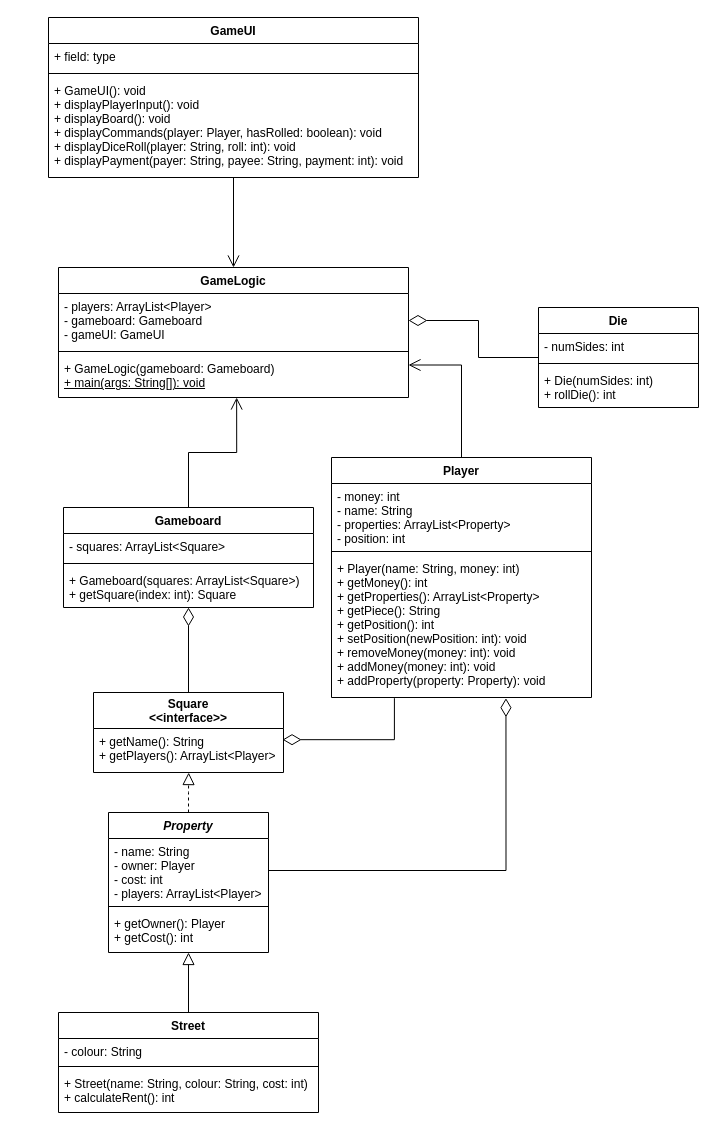
Above: Monopoly_UML.drawio in YashKapoor1102/Monopoly (draw.io), before the change. Source tidied: cells renumbered, new cells numbered last; positions are measured from the earlier drawing's top-left corner, leaving out a move shared by most shapes. Both pictures are drawn from the tidied source at 100%, with x=0, y=0 at pixel (48, 17).
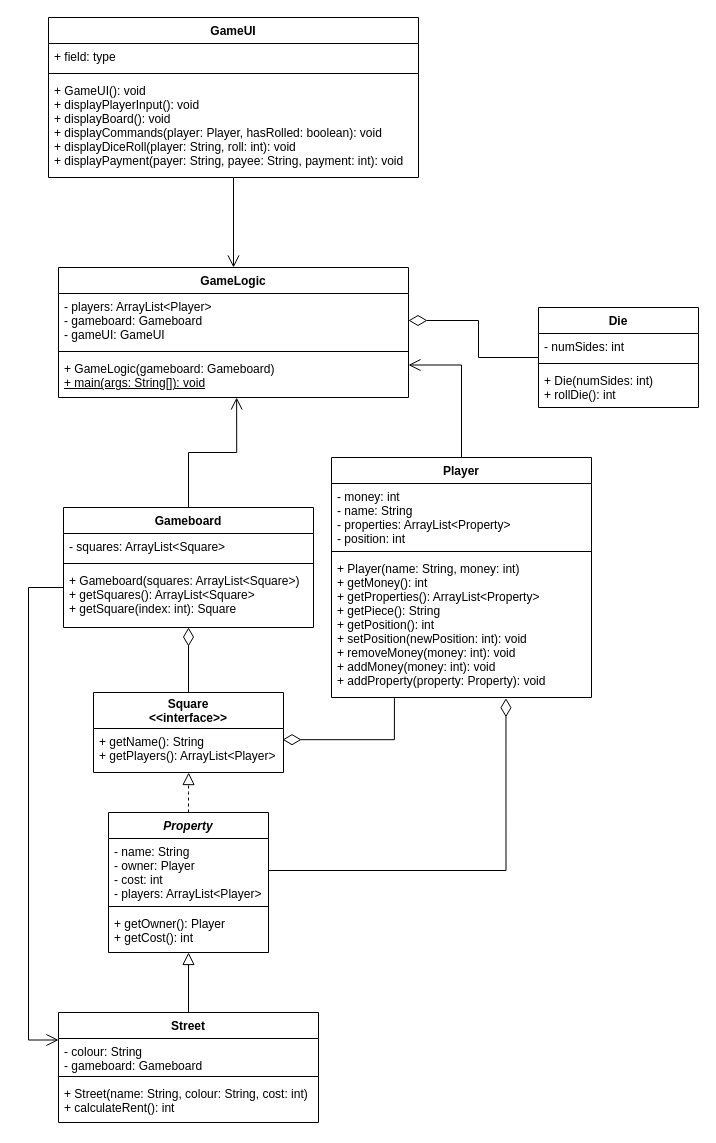
The same page after the edit.

What changed in the source:
```diff
@@
     <mxCell id="3" value="Gameboard" style="swimlane;fontStyle=1;align=center;verticalAlign=top;horizontal=1;startSize=26;" parent="1" vertex="1">
-      <mxGeometry x="15" y="490" width="250" height="100" as="geometry" />
+      <mxGeometry x="15" y="490" width="250" height="120" as="geometry" />
     </mxCell>
@@
-    <mxCell id="6" value="+ Gameboard(squares: ArrayList&lt;Square&gt;)&#10;+ getSquare(index: int): Square&#10;" style="text;strokeColor=none;fillColor=none;align=left;verticalAlign=top;spacingLeft=4;spacingRight=4;overflow=hidden;points=[[0,0.5],[1,0.5]];portConstraint=eastwest;" parent="3" vertex="1">
-      <mxGeometry y="60" width="250" height="40" as="geometry" />
+    <mxCell id="6" value="+ Gameboard(squares: ArrayList&lt;Square&gt;)&#10;+ getSquares(): ArrayList&lt;Square&gt;&#10;+ getSquare(index: int): Square&#10;" style="text;strokeColor=none;fillColor=none;align=left;verticalAlign=top;spacingLeft=4;spacingRight=4;overflow=hidden;points=[[0,0.5],[1,0.5]];portConstraint=eastwest;" parent="3" vertex="1">
+      <mxGeometry y="60" width="250" height="60" as="geometry" />
     </mxCell>
@@
     <mxCell id="18" value="Street" style="swimlane;fontStyle=1;align=center;verticalAlign=top;horizontal=1;startSize=26;" parent="1" vertex="1">
-      <mxGeometry x="10" y="995" width="260" height="100" as="geometry" />
+      <mxGeometry x="10" y="995" width="260" height="110" as="geometry" />
     </mxCell>
-    <mxCell id="19" value="- colour: String" style="text;strokeColor=none;fillColor=none;align=left;verticalAlign=top;spacingLeft=4;spacingRight=4;overflow=hidden;" parent="18" vertex="1">
-      <mxGeometry y="26" width="260" height="24" as="geometry" />
+    <mxCell id="19" value="- colour: String&#10;- gameboard: Gameboard" style="text;strokeColor=none;fillColor=none;align=left;verticalAlign=top;spacingLeft=4;spacingRight=4;overflow=hidden;" parent="18" vertex="1">
+      <mxGeometry y="26" width="260" height="34" as="geometry" />
     </mxCell>
     <mxCell id="20" style="line;strokeWidth=1;fillColor=none;align=left;verticalAlign=middle;spacingTop=-1;spacingLeft=3;spacingRight=3;labelPosition=right;" parent="18" vertex="1">
-      <mxGeometry y="50" width="260" height="8" as="geometry" />
+      <mxGeometry y="60" width="260" height="8" as="geometry" />
     </mxCell>
     <mxCell id="21" value="+ Street(name: String, colour: String, cost: int)&#10;+ calculateRent(): int" style="text;strokeColor=none;fillColor=none;align=left;verticalAlign=top;spacingLeft=4;spacingRight=4;overflow=hidden;" parent="18" vertex="1">
-      <mxGeometry y="58" width="260" height="42" as="geometry" />
+      <mxGeometry y="68" width="260" height="42" as="geometry" />
     </mxCell>
@@
+    <mxCell id="41" style="edgeStyle=orthogonalEdgeStyle;rounded=0;jettySize=auto;html=1;entryX=0;entryY=0.25;entryDx=0;entryDy=0;startArrow=none;startFill=0;endArrow=open;endFill=0;startSize=6;endSize=10;targetPerimeterSpacing=16;strokeWidth=1;" parent="1" edge="1" source="6" target="18">
+      <mxGeometry relative="1" as="geometry">
+        <Array as="points">
+          <mxPoint x="-20" y="570" />
+          <mxPoint x="-20" y="1023" />
+        </Array>
+      </mxGeometry>
+    </mxCell>
```
